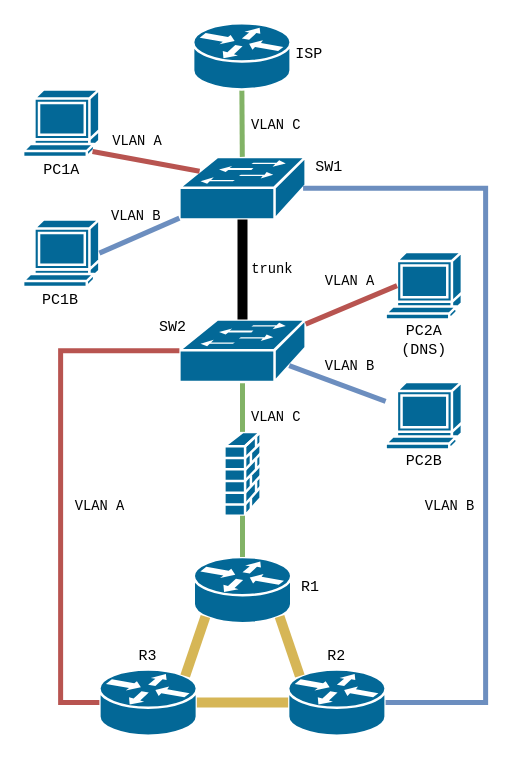
The draw.io diagram pos_project.drawio in phatt-23/web, before the edit. Source tidied: cells renumbered, new cells numbered last; positions are measured from the earlier drawing's top-left corner, leaving out a move shared by most shapes. Both pictures are drawn from the tidied source at 125%, with x=0, y=0 at pixel (22, 22).
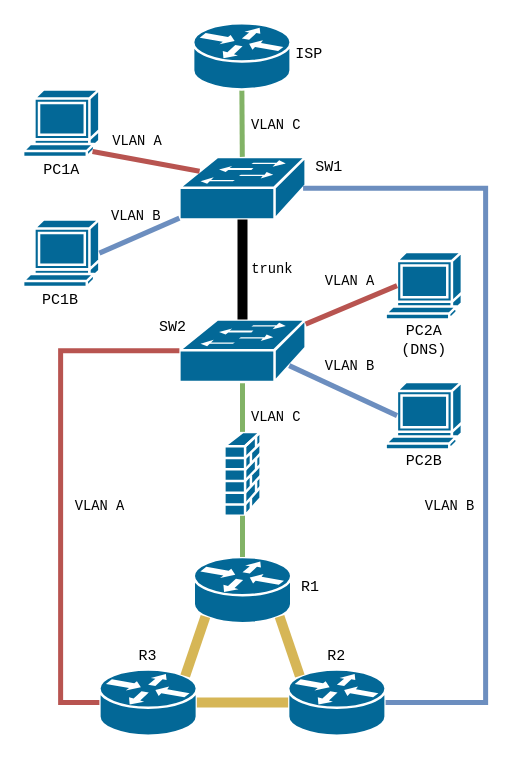
Above is the later version.

The change refers to these unchanged cells:
```xml
<mxCell id="8" style="shape=mxgraph.cisco.switches.workgroup_switch;sketch=0;html=1;dashed=0;fillColor=#036897;strokeColor=#ffffff;strokeWidth=2;verticalLabelPosition=bottom;verticalAlign=top;align=center;outlineConnect=0;" parent="1" vertex="1">
  <mxGeometry x="125" y="237" width="101" height="50" as="geometry" />
</mxCell>
<mxCell id="12" value="&lt;div&gt;&lt;br&gt;&lt;/div&gt;&lt;div&gt;&lt;br&gt;&lt;/div&gt;" style="shape=mxgraph.cisco.computers_and_peripherals.terminal;sketch=0;html=1;dashed=0;fillColor=#036897;strokeColor=#ffffff;strokeWidth=2;verticalLabelPosition=bottom;verticalAlign=top;align=center;outlineConnect=0;" parent="1" vertex="1">
  <mxGeometry x="290" y="287" width="61" height="54" as="geometry" />
</mxCell>
```

Change to the diagram source:
```diff
@@
-    <mxCell id="23" style="endArrow=none;html=1;rounded=0;fillColor=#dae8fc;strokeColor=#6c8ebf;strokeWidth=4;exitX=0.87;exitY=0.74;exitDx=0;exitDy=0;exitPerimeter=0;" parent="1" edge="1" source="8" target="12">
+    <mxCell id="23" style="endArrow=none;html=1;rounded=0;fillColor=#dae8fc;strokeColor=#6c8ebf;strokeWidth=4;exitX=0.87;exitY=0.74;exitDx=0;exitDy=0;exitPerimeter=0;entryX=0.15;entryY=0.5;entryDx=0;entryDy=0;entryPerimeter=0;" parent="1" edge="1" source="8" target="12">
       <mxGeometry relative="1" as="geometry" />
     </mxCell>
```
